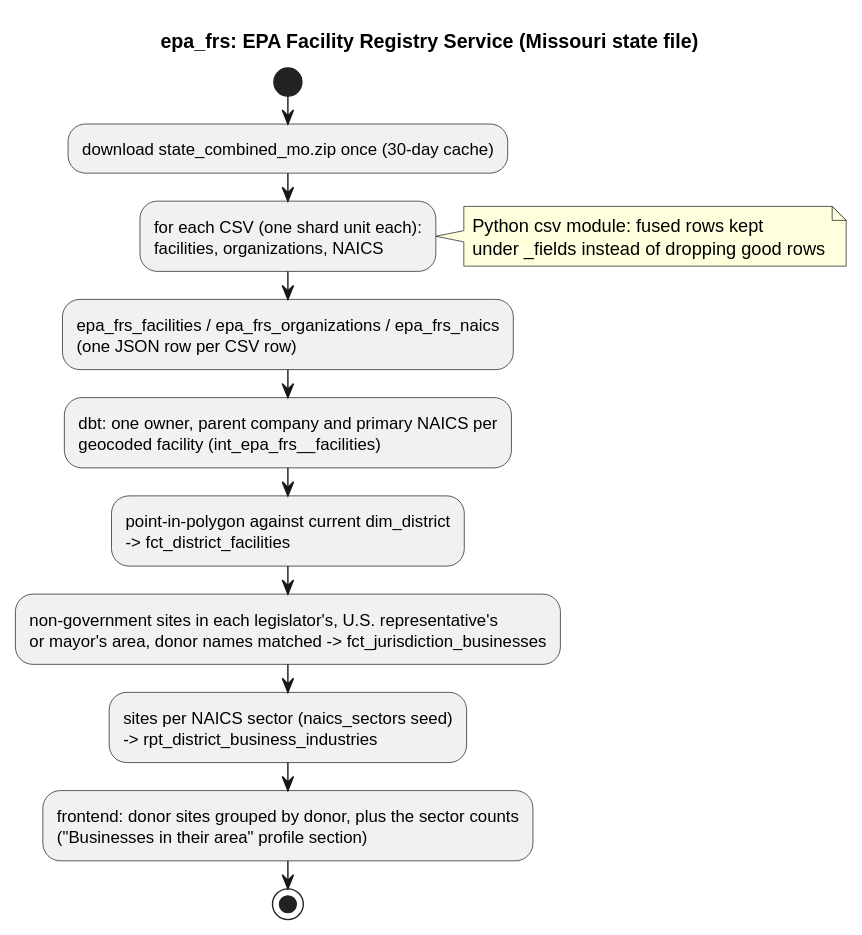
This is docs/diagrams/sources/epa_frs.svg from akettmann/missouri_gov_feed, a PlantUML export, as it was before one commit. Its source is kept beside it as docs/diagrams/sources/epa_frs.puml. Its diagram source:
```plantuml
@startuml epa_frs
title epa_frs: EPA Facility Registry Service (Missouri state file)
start
:download state_combined_mo.zip once (30-day cache);
:for each CSV (one shard unit each):
facilities, organizations, NAICS;
note right: Python csv module: fused rows kept\nunder _fields instead of dropping good rows
:epa_frs_facilities / epa_frs_organizations / epa_frs_naics
(one JSON row per CSV row);
:dbt: one owner, parent company and primary NAICS per
geocoded facility (int_epa_frs__facilities);
:point-in-polygon against current dim_district
-> fct_district_facilities;
:non-government sites in each legislator's, U.S. representative's
or mayor's area, donor names matched -> fct_jurisdiction_businesses;
:sites per NAICS sector (naics_sectors seed)
-> rpt_district_business_industries;
:frontend: donor sites grouped by donor, plus the sector counts
("Businesses in their area" profile section);
stop
@enduml
```
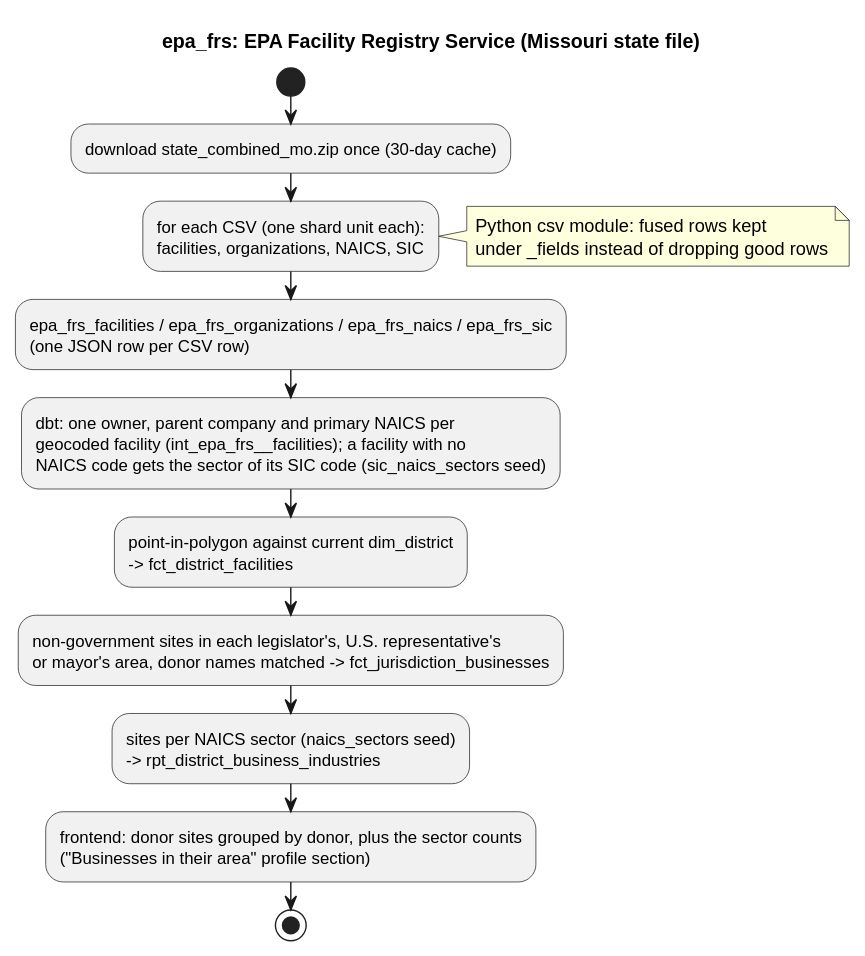
Above is the later version.

Change to the diagram source:
```diff
@@ -3,12 +3,13 @@
 start
 :download state_combined_mo.zip once (30-day cache);
 :for each CSV (one shard unit each):
-facilities, organizations, NAICS;
+facilities, organizations, NAICS, SIC;
 note right: Python csv module: fused rows kept\nunder _fields instead of dropping good rows
-:epa_frs_facilities / epa_frs_organizations / epa_frs_naics
+:epa_frs_facilities / epa_frs_organizations / epa_frs_naics / epa_frs_sic
 (one JSON row per CSV row);
 :dbt: one owner, parent company and primary NAICS per
-geocoded facility (int_epa_frs__facilities);
+geocoded facility (int_epa_frs__facilities); a facility with no
+NAICS code gets the sector of its SIC code (sic_naics_sectors seed);
 :point-in-polygon against current dim_district
 -> fct_district_facilities;
 :non-government sites in each legislator's, U.S. representative's
```
